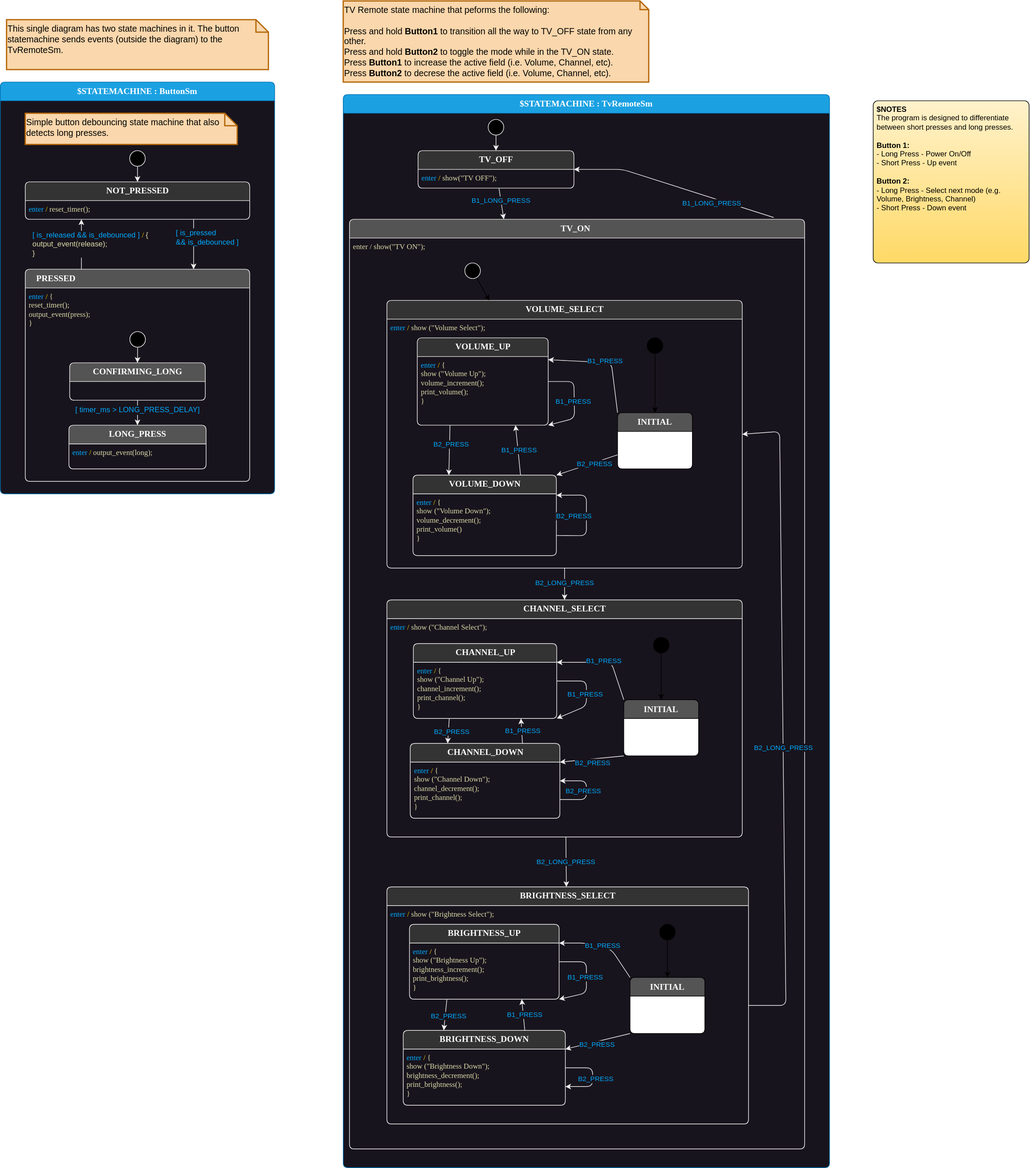
Above: TvRemote.drawio.svg in dmbuck32/TvRemote (draw.io), before the change. Source tidied: cells renumbered, new cells last; positions are measured from the earlier drawing's top-left corner, leaving out a move shared by most shapes.
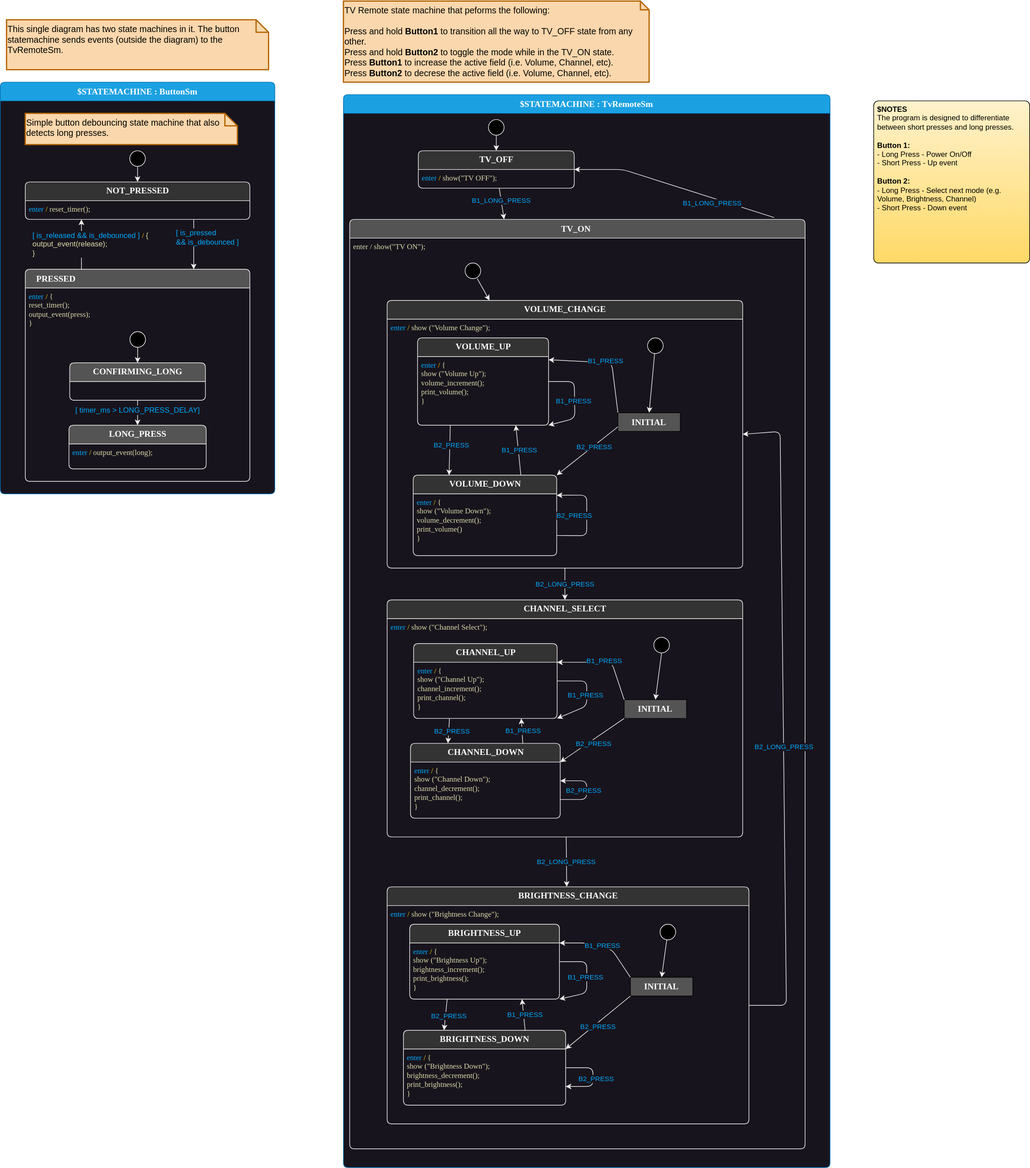
Above is the later version.

The edit, as a diff of the source:
```diff
@@ -33,10 +33,10 @@
     <mxCell id="10" value="enter / show(&quot;TV ON&quot;); " style="fontFamily=Lucida Console;align=left;verticalAlign=top;fillColor=none;gradientColor=none;strokeColor=none;rounded=0;spacingLeft=4;fontColor=#DCDCAA;" parent="9" vertex="1">
       <mxGeometry y="30" width="180" height="30" as="geometry" />
     </mxCell>
-    <mxCell id="11" value="VOLUME_SELECT" style="shape=swimlane;align=center;verticalAlign=top;fontFamily=Lucida Console;startSize=30;fontSize=14;fontStyle=1;swimlaneFillColor=#18141d;html=1;rounded=1;arcSize=15;absoluteArcSize=1;fillColor=#333333;fontColor=#FAFAFA;strokeColor=#F0F0F0;points=[[0,0,0,0,0],[0,0.25,0,0,0],[0,0.5,0,0,0],[0,0.75,0,0,0],[0,1,0,0,0],[0.06,1,0,0,0],[0.13,1,0,0,0],[0.19,1,0,0,0],[0.25,0,0,0,0],[0.25,1,0,0,0],[0.31,1,0,0,0],[0.38,1,0,0,0],[0.44,1,0,0,0],[0.5,0,0,0,0],[0.5,1,0,0,0],[0.56,1,0,0,0],[0.63,1,0,0,0],[0.69,1,0,0,0],[0.75,0,0,0,0],[0.75,1,0,0,0],[0.81,1,0,0,0],[0.88,1,0,0,0],[0.94,1,0,0,0],[1,0,0,0,0],[1,0.25,0,0,0],[1,0.5,0,0,0],[1,0.75,0,0,0],[1,1,0,0,0]];" parent="9" vertex="1">
+    <mxCell id="11" value="VOLUME_CHANGE" style="shape=swimlane;align=center;verticalAlign=top;fontFamily=Lucida Console;startSize=30;fontSize=14;fontStyle=1;swimlaneFillColor=#18141d;html=1;rounded=1;arcSize=15;absoluteArcSize=1;fillColor=#333333;fontColor=#FAFAFA;strokeColor=#F0F0F0;points=[[0,0,0,0,0],[0,0.25,0,0,0],[0,0.5,0,0,0],[0,0.75,0,0,0],[0,1,0,0,0],[0.06,1,0,0,0],[0.13,1,0,0,0],[0.19,1,0,0,0],[0.25,0,0,0,0],[0.25,1,0,0,0],[0.31,1,0,0,0],[0.38,1,0,0,0],[0.44,1,0,0,0],[0.5,0,0,0,0],[0.5,1,0,0,0],[0.56,1,0,0,0],[0.63,1,0,0,0],[0.69,1,0,0,0],[0.75,0,0,0,0],[0.75,1,0,0,0],[0.81,1,0,0,0],[0.88,1,0,0,0],[0.94,1,0,0,0],[1,0,0,0,0],[1,0.25,0,0,0],[1,0.5,0,0,0],[1,0.75,0,0,0],[1,1,0,0,0]];" parent="9" vertex="1">
       <mxGeometry x="60" y="130" width="570" height="429" as="geometry" />
     </mxCell>
-    <mxCell id="12" value="&lt;font color=&quot;#00aaff&quot;&gt;enter&amp;nbsp;&lt;/font&gt;&lt;font color=&quot;#ffd700&quot;&gt;/&lt;/font&gt;&lt;font color=&quot;#dcdcaa&quot;&gt;&amp;nbsp;&lt;/font&gt;&lt;span style=&quot;color: rgb(220, 220, 170);&quot;&gt;show&lt;/span&gt;&lt;font color=&quot;#dcdcaa&quot;&gt;(&quot;Volume Select&quot;);&lt;/font&gt;&lt;font color=&quot;#dcdcaa&quot;&gt;&lt;br&gt;&lt;/font&gt;" style="fontFamily=Lucida Console;align=left;verticalAlign=top;fillColor=none;gradientColor=none;strokeColor=none;rounded=0;spacingLeft=4;html=1;" parent="11" vertex="1">
+    <mxCell id="12" value="&lt;font color=&quot;#00aaff&quot;&gt;enter&amp;nbsp;&lt;/font&gt;&lt;font color=&quot;#ffd700&quot;&gt;/&lt;/font&gt;&lt;font color=&quot;#dcdcaa&quot;&gt;&amp;nbsp;&lt;/font&gt;&lt;span style=&quot;color: rgb(220, 220, 170);&quot;&gt;show&lt;/span&gt;&lt;font color=&quot;#dcdcaa&quot;&gt;(&quot;Volume Change&quot;);&lt;/font&gt;&lt;font color=&quot;#dcdcaa&quot;&gt;&lt;br&gt;&lt;/font&gt;" style="fontFamily=Lucida Console;align=left;verticalAlign=top;fillColor=none;gradientColor=none;strokeColor=none;rounded=0;spacingLeft=4;html=1;" parent="11" vertex="1">
       <mxGeometry y="30" width="240" height="30" as="geometry" />
     </mxCell>
     <mxCell id="13" value="VOLUME_UP" style="shape=swimlane;align=center;verticalAlign=top;fontFamily=Lucida Console;startSize=30;fontSize=14;fontStyle=1;swimlaneFillColor=#18141d;html=1;rounded=1;arcSize=15;absoluteArcSize=1;fillColor=#333333;fontColor=#FAFAFA;strokeColor=#F0F0F0;points=[[0,0,0,0,0],[0,0.25,0,0,0],[0,0.5,0,0,0],[0,0.75,0,0,0],[0,1,0,0,0],[0.06,1,0,0,0],[0.13,1,0,0,0],[0.19,1,0,0,0],[0.25,0,0,0,0],[0.25,1,0,0,0],[0.31,1,0,0,0],[0.38,1,0,0,0],[0.44,1,0,0,0],[0.5,0,0,0,0],[0.5,1,0,0,0],[0.56,1,0,0,0],[0.63,1,0,0,0],[0.69,1,0,0,0],[0.75,0,0,0,0],[0.75,1,0,0,0],[0.81,1,0,0,0],[0.88,1,0,0,0],[0.94,1,0,0,0],[1,0,0,0,0],[1,0.25,0,0,0],[1,0.5,0,0,0],[1,0.75,0,0,0],[1,1,0,0,0]];" parent="11" vertex="1">
@@ -57,10 +57,10 @@
     <mxCell id="18" value="B1_PRESS" style="edgeStyle=none;html=1;fontColor=#00AAFF;strokeColor=#F0F0F0;labelBackgroundColor=#18141D;entryX=0.75;entryY=1;entryDx=0;entryDy=0;entryPerimeter=0;exitX=0.75;exitY=0;exitDx=0;exitDy=0;exitPerimeter=0;" parent="11" edge="1" source="15" target="13">
       <mxGeometry y="-2" relative="1" as="geometry" />
     </mxCell>
-    <mxCell id="19" style="edgeStyle=none;html=1;entryX=0.5;entryY=0;entryDx=0;entryDy=0;" parent="11" edge="1" source="20" target="23">
+    <mxCell id="19" style="edgeStyle=none;html=1;entryX=0.5;entryY=0;entryDx=0;entryDy=0;strokeColor=#F0F0F0;" parent="11" edge="1" source="20" target="23">
       <mxGeometry relative="1" as="geometry" />
     </mxCell>
-    <mxCell id="20" value="$initial_state" style="shape=ellipse;fillColor=#000000;noLabel=1;" parent="11" vertex="1">
+    <mxCell id="20" value="$initial_state" style="shape=ellipse;fillColor=#000000;noLabel=1;strokeColor=#F0F0F0;" parent="11" vertex="1">
       <mxGeometry x="417.5" y="60" width="25" height="25" as="geometry" />
     </mxCell>
     <mxCell id="21" value="B1_PRESS" style="edgeStyle=none;html=1;fontColor=#00AAFF;strokeColor=#F0F0F0;labelBackgroundColor=#18141D;entryX=1;entryY=1;entryDx=0;entryDy=0;entryPerimeter=0;exitX=1;exitY=0.5;exitDx=0;exitDy=0;exitPerimeter=0;" parent="11" edge="1" source="13" target="13">
@@ -80,12 +80,9 @@
         <mxPoint y="1" as="offset" />
       </mxGeometry>
     </mxCell>
-    <mxCell id="23" value="INITIAL" style="shape=swimlane;align=center;verticalAlign=top;fontFamily=Lucida Console;startSize=30;fontSize=14;fontStyle=1;fontColor=#FAFAFA;fillColor=#545454;swimlaneFillColor=default;rounded=1;arcSize=15;absoluteArcSize=1;" parent="11" vertex="1">
-      <mxGeometry x="370" y="180" width="120" height="90" as="geometry" />
+    <mxCell id="23" value="INITIAL" style="shape=swimlane;align=center;verticalAlign=top;fontFamily=Lucida Console;startSize=30;fontSize=14;fontStyle=1;fontColor=#FAFAFA;fillColor=#545454;swimlaneFillColor=default;rounded=1;arcSize=15;absoluteArcSize=1;" parent="11" vertex="1" collapsed="1">
+      <mxGeometry x="370" y="180" width="100" height="30" as="geometry" />
     </mxCell>
-    <mxCell id="24" value=" " style="fontFamily=Lucida Console;align=left;verticalAlign=top;fillColor=none;gradientColor=none;strokeColor=none;rounded=0;spacingLeft=4;" parent="23" vertex="1">
-      <mxGeometry y="30" width="30" height="20" as="geometry" />
-    </mxCell>
     <mxCell id="25" value="B1_PRESS" style="edgeStyle=none;html=1;fontColor=#00AAFF;strokeColor=#F0F0F0;labelBackgroundColor=#18141D;entryX=1;entryY=0.25;entryDx=0;entryDy=0;entryPerimeter=0;exitX=0;exitY=0;exitDx=0;exitDy=0;" parent="11" edge="1" source="23" target="13">
       <mxGeometry y="-2" relative="1" as="geometry">
         <Array as="points">
@@ -107,7 +104,7 @@
         </Array>
       </mxGeometry>
     </mxCell>
-    <mxCell id="29" style="edgeStyle=none;html=1;" parent="9" edge="1" source="30" target="11">
+    <mxCell id="29" style="edgeStyle=none;html=1;strokeColor=#F0F0F0;" parent="9" edge="1" source="30" target="11">
       <mxGeometry relative="1" as="geometry" />
     </mxCell>
     <mxCell id="30" value="$initial_state" style="shape=ellipse;fillColor=#000000;noLabel=1;strokeColor=#F0F0F0;" parent="9" vertex="1">
@@ -139,10 +136,10 @@
     <mxCell id="38" value="B1_PRESS" style="edgeStyle=none;html=1;fontColor=#00AAFF;strokeColor=#F0F0F0;labelBackgroundColor=#18141D;entryX=0.75;entryY=1;entryDx=0;entryDy=0;entryPerimeter=0;exitX=0.75;exitY=0;exitDx=0;exitDy=0;exitPerimeter=0;" parent="31" edge="1" source="35" target="33">
       <mxGeometry y="-2" relative="1" as="geometry" />
     </mxCell>
-    <mxCell id="39" style="edgeStyle=none;html=1;exitX=0.5;exitY=1;exitDx=0;exitDy=0;entryX=0.5;entryY=0;entryDx=0;entryDy=0;" parent="31" edge="1" source="40" target="43">
+    <mxCell id="39" style="edgeStyle=none;html=1;exitX=0.5;exitY=1;exitDx=0;exitDy=0;entryX=0.5;entryY=0;entryDx=0;entryDy=0;strokeColor=#F0F0F0;" parent="31" edge="1" source="40" target="43">
       <mxGeometry relative="1" as="geometry" />
     </mxCell>
-    <mxCell id="40" value="$initial_state" style="shape=ellipse;fillColor=#000000;noLabel=1;" parent="31" vertex="1">
+    <mxCell id="40" value="$initial_state" style="shape=ellipse;fillColor=#000000;noLabel=1;strokeColor=#F0F0F0;" parent="31" vertex="1">
       <mxGeometry x="427.5" y="60" width="25" height="25" as="geometry" />
     </mxCell>
     <mxCell id="41" value="B1_PRESS" style="edgeStyle=none;html=1;fontColor=#00AAFF;strokeColor=#F0F0F0;labelBackgroundColor=#18141D;entryX=1;entryY=1;entryDx=0;entryDy=0;entryPerimeter=0;exitX=1;exitY=0.5;exitDx=0;exitDy=0;exitPerimeter=0;" parent="31" edge="1" source="33" target="33">
@@ -162,12 +159,9 @@
         <mxPoint y="1" as="offset" />
       </mxGeometry>
     </mxCell>
-    <mxCell id="43" value="INITIAL" style="shape=swimlane;align=center;verticalAlign=top;fontFamily=Lucida Console;startSize=30;fontSize=14;fontStyle=1;fontColor=#FAFAFA;fillColor=#545454;swimlaneFillColor=default;rounded=1;arcSize=15;absoluteArcSize=1;" parent="31" vertex="1">
-      <mxGeometry x="380" y="160" width="120" height="90" as="geometry" />
+    <mxCell id="43" value="INITIAL" style="shape=swimlane;align=center;verticalAlign=top;fontFamily=Lucida Console;startSize=30;fontSize=14;fontStyle=1;fontColor=#FAFAFA;fillColor=#545454;swimlaneFillColor=default;rounded=1;arcSize=15;absoluteArcSize=1;" parent="31" vertex="1" collapsed="1">
+      <mxGeometry x="380" y="160" width="100" height="30" as="geometry" />
     </mxCell>
-    <mxCell id="44" value=" " style="fontFamily=Lucida Console;align=left;verticalAlign=top;fillColor=none;gradientColor=none;strokeColor=none;rounded=0;spacingLeft=4;" parent="43" vertex="1">
-      <mxGeometry y="30" width="30" height="20" as="geometry" />
-    </mxCell>
     <mxCell id="45" value="B2_PRESS" style="edgeStyle=none;html=1;fontColor=#00AAFF;strokeColor=#F0F0F0;labelBackgroundColor=#18141D;entryX=1;entryY=0.25;entryDx=0;entryDy=0;entryPerimeter=0;exitX=0;exitY=1;exitDx=0;exitDy=0;" parent="31" edge="1" source="43" target="35">
       <mxGeometry x="0.01" y="5" relative="1" as="geometry">
         <mxPoint y="1" as="offset" />
@@ -180,10 +174,10 @@
         </Array>
       </mxGeometry>
     </mxCell>
-    <mxCell id="47" value="BRIGHTNESS_SELECT" style="shape=swimlane;align=center;verticalAlign=top;fontFamily=Lucida Console;startSize=30;fontSize=14;fontStyle=1;swimlaneFillColor=#18141d;html=1;rounded=1;arcSize=15;absoluteArcSize=1;fillColor=#333333;fontColor=#FAFAFA;strokeColor=#F0F0F0;points=[[0,0,0,0,0],[0,0.25,0,0,0],[0,0.5,0,0,0],[0,0.75,0,0,0],[0,1,0,0,0],[0.06,1,0,0,0],[0.13,1,0,0,0],[0.19,1,0,0,0],[0.25,0,0,0,0],[0.25,1,0,0,0],[0.31,1,0,0,0],[0.38,1,0,0,0],[0.44,1,0,0,0],[0.5,0,0,0,0],[0.5,1,0,0,0],[0.56,1,0,0,0],[0.63,1,0,0,0],[0.69,1,0,0,0],[0.75,0,0,0,0],[0.75,1,0,0,0],[0.81,1,0,0,0],[0.88,1,0,0,0],[0.94,1,0,0,0],[1,0,0,0,0],[1,0.25,0,0,0],[1,0.5,0,0,0],[1,0.75,0,0,0],[1,1,0,0,0]];" parent="9" vertex="1">
+    <mxCell id="47" value="BRIGHTNESS_CHANGE" style="shape=swimlane;align=center;verticalAlign=top;fontFamily=Lucida Console;startSize=30;fontSize=14;fontStyle=1;swimlaneFillColor=#18141d;html=1;rounded=1;arcSize=15;absoluteArcSize=1;fillColor=#333333;fontColor=#FAFAFA;strokeColor=#F0F0F0;points=[[0,0,0,0,0],[0,0.25,0,0,0],[0,0.5,0,0,0],[0,0.75,0,0,0],[0,1,0,0,0],[0.06,1,0,0,0],[0.13,1,0,0,0],[0.19,1,0,0,0],[0.25,0,0,0,0],[0.25,1,0,0,0],[0.31,1,0,0,0],[0.38,1,0,0,0],[0.44,1,0,0,0],[0.5,0,0,0,0],[0.5,1,0,0,0],[0.56,1,0,0,0],[0.63,1,0,0,0],[0.69,1,0,0,0],[0.75,0,0,0,0],[0.75,1,0,0,0],[0.81,1,0,0,0],[0.88,1,0,0,0],[0.94,1,0,0,0],[1,0,0,0,0],[1,0.25,0,0,0],[1,0.5,0,0,0],[1,0.75,0,0,0],[1,1,0,0,0]];" parent="9" vertex="1">
       <mxGeometry x="60" y="1070" width="580" height="380" as="geometry" />
     </mxCell>
-    <mxCell id="48" value="&lt;font color=&quot;#00aaff&quot;&gt;enter&amp;nbsp;&lt;/font&gt;&lt;font color=&quot;#ffd700&quot;&gt;/&lt;/font&gt;&lt;font color=&quot;#dcdcaa&quot;&gt;&amp;nbsp;&lt;/font&gt;&lt;span style=&quot;color: rgb(220, 220, 170);&quot;&gt;show&lt;/span&gt;&lt;font color=&quot;#dcdcaa&quot;&gt;(&quot;Brightness Select&quot;);&lt;/font&gt;&lt;font color=&quot;#dcdcaa&quot;&gt;&lt;br&gt;&lt;/font&gt;" style="fontFamily=Lucida Console;align=left;verticalAlign=top;fillColor=none;gradientColor=none;strokeColor=none;rounded=0;spacingLeft=4;html=1;" parent="47" vertex="1">
+    <mxCell id="48" value="&lt;font color=&quot;#00aaff&quot;&gt;enter&amp;nbsp;&lt;/font&gt;&lt;font color=&quot;#ffd700&quot;&gt;/&lt;/font&gt;&lt;font color=&quot;#dcdcaa&quot;&gt;&amp;nbsp;&lt;/font&gt;&lt;span style=&quot;color: rgb(220, 220, 170);&quot;&gt;show&lt;/span&gt;&lt;font color=&quot;#dcdcaa&quot;&gt;(&quot;Brightness Change&quot;);&lt;/font&gt;&lt;font color=&quot;#dcdcaa&quot;&gt;&lt;br&gt;&lt;/font&gt;" style="fontFamily=Lucida Console;align=left;verticalAlign=top;fillColor=none;gradientColor=none;strokeColor=none;rounded=0;spacingLeft=4;html=1;" parent="47" vertex="1">
       <mxGeometry y="30" width="270" height="30" as="geometry" />
     </mxCell>
     <mxCell id="49" value="BRIGHTNESS_UP" style="shape=swimlane;align=center;verticalAlign=top;fontFamily=Lucida Console;startSize=30;fontSize=14;fontStyle=1;swimlaneFillColor=#18141d;html=1;rounded=1;arcSize=15;absoluteArcSize=1;fillColor=#333333;fontColor=#FAFAFA;strokeColor=#F0F0F0;points=[[0,0,0,0,0],[0,0.25,0,0,0],[0,0.5,0,0,0],[0,0.75,0,0,0],[0,1,0,0,0],[0.06,1,0,0,0],[0.13,1,0,0,0],[0.19,1,0,0,0],[0.25,0,0,0,0],[0.25,1,0,0,0],[0.31,1,0,0,0],[0.38,1,0,0,0],[0.44,1,0,0,0],[0.5,0,0,0,0],[0.5,1,0,0,0],[0.56,1,0,0,0],[0.63,1,0,0,0],[0.69,1,0,0,0],[0.75,0,0,0,0],[0.75,1,0,0,0],[0.81,1,0,0,0],[0.88,1,0,0,0],[0.94,1,0,0,0],[1,0,0,0,0],[1,0.25,0,0,0],[1,0.5,0,0,0],[1,0.75,0,0,0],[1,1,0,0,0]];" parent="47" vertex="1">
@@ -204,10 +198,10 @@
     <mxCell id="54" value="B1_PRESS" style="edgeStyle=none;html=1;fontColor=#00AAFF;strokeColor=#F0F0F0;labelBackgroundColor=#18141D;entryX=0.75;entryY=1;entryDx=0;entryDy=0;entryPerimeter=0;exitX=0.75;exitY=0;exitDx=0;exitDy=0;exitPerimeter=0;" parent="47" edge="1" source="51" target="49">
       <mxGeometry y="-2" relative="1" as="geometry" />
     </mxCell>
-    <mxCell id="55" style="edgeStyle=none;html=1;entryX=0.5;entryY=0;entryDx=0;entryDy=0;" parent="47" edge="1" source="56" target="59">
+    <mxCell id="55" style="edgeStyle=none;html=1;entryX=0.5;entryY=0;entryDx=0;entryDy=0;strokeColor=#F0F0F0;" parent="47" edge="1" source="56" target="59">
       <mxGeometry relative="1" as="geometry" />
     </mxCell>
-    <mxCell id="56" value="$initial_state" style="shape=ellipse;fillColor=#000000;noLabel=1;" parent="47" vertex="1">
+    <mxCell id="56" value="$initial_state" style="shape=ellipse;fillColor=#000000;noLabel=1;strokeColor=#F0F0F0;" parent="47" vertex="1">
       <mxGeometry x="437.5" y="60" width="25" height="25" as="geometry" />
     </mxCell>
     <mxCell id="57" value="B1_PRESS" style="edgeStyle=none;html=1;fontColor=#00AAFF;strokeColor=#F0F0F0;labelBackgroundColor=#18141D;entryX=1;entryY=1;entryDx=0;entryDy=0;entryPerimeter=0;exitX=1;exitY=0.5;exitDx=0;exitDy=0;exitPerimeter=0;" parent="47" edge="1" source="49" target="49">
@@ -226,12 +220,9 @@
         </Array>
       </mxGeometry>
     </mxCell>
-    <mxCell id="59" value="INITIAL" style="shape=swimlane;align=center;verticalAlign=top;fontFamily=Lucida Console;startSize=30;fontSize=14;fontStyle=1;fontColor=#FAFAFA;fillColor=#545454;swimlaneFillColor=default;rounded=1;arcSize=15;absoluteArcSize=1;" parent="47" vertex="1">
-      <mxGeometry x="390" y="145" width="120" height="90" as="geometry" />
+    <mxCell id="59" value="INITIAL" style="shape=swimlane;align=center;verticalAlign=top;fontFamily=Lucida Console;startSize=30;fontSize=14;fontStyle=1;fontColor=#FAFAFA;fillColor=#545454;swimlaneFillColor=default;rounded=1;arcSize=15;absoluteArcSize=1;" parent="47" vertex="1" collapsed="1">
+      <mxGeometry x="390" y="145" width="100" height="30" as="geometry" />
     </mxCell>
-    <mxCell id="60" value=" " style="fontFamily=Lucida Console;align=left;verticalAlign=top;fillColor=none;gradientColor=none;strokeColor=none;rounded=0;spacingLeft=4;" parent="59" vertex="1">
-      <mxGeometry y="30" width="30" height="20" as="geometry" />
-    </mxCell>
     <mxCell id="61" value="B1_PRESS" style="edgeStyle=none;html=1;fontColor=#00AAFF;strokeColor=#F0F0F0;labelBackgroundColor=#18141D;entryX=1;entryY=0.25;entryDx=0;entryDy=0;entryPerimeter=0;exitX=0;exitY=0;exitDx=0;exitDy=0;" parent="47" edge="1" source="59" target="49">
       <mxGeometry y="-2" relative="1" as="geometry">
         <Array as="points">
```
